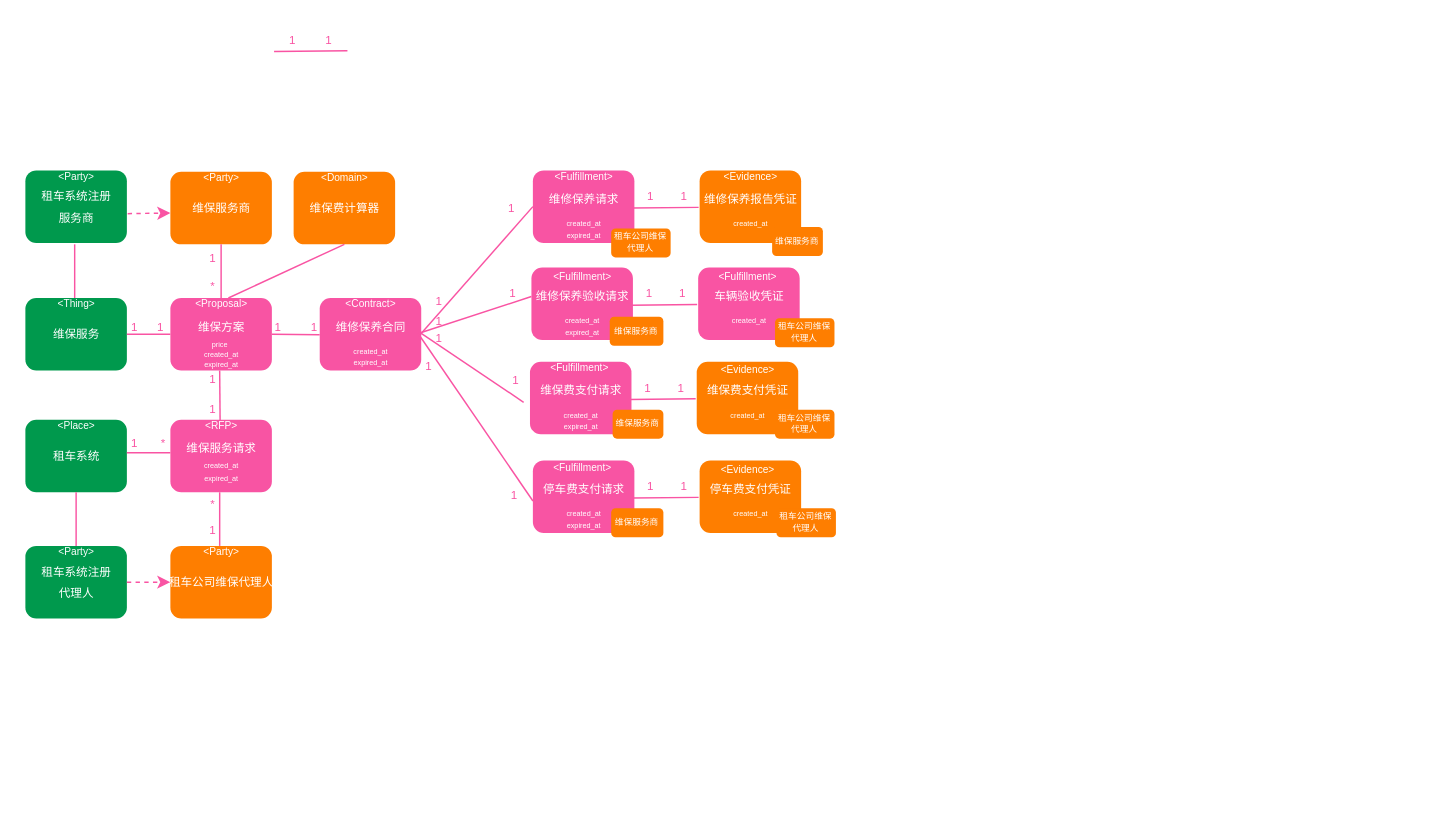
Earlier version of the draw.io diagram 飞驰租.drawio (ls5201314/8xflow-drawio-lib). Source tidied: cells renumbered, new cells numbered last; positions are measured from the earlier drawing's top-left corner, leaving out a move shared by most shapes. Both pictures are drawn from the tidied source at 145%, with x=0, y=0 at pixel (25, 25).
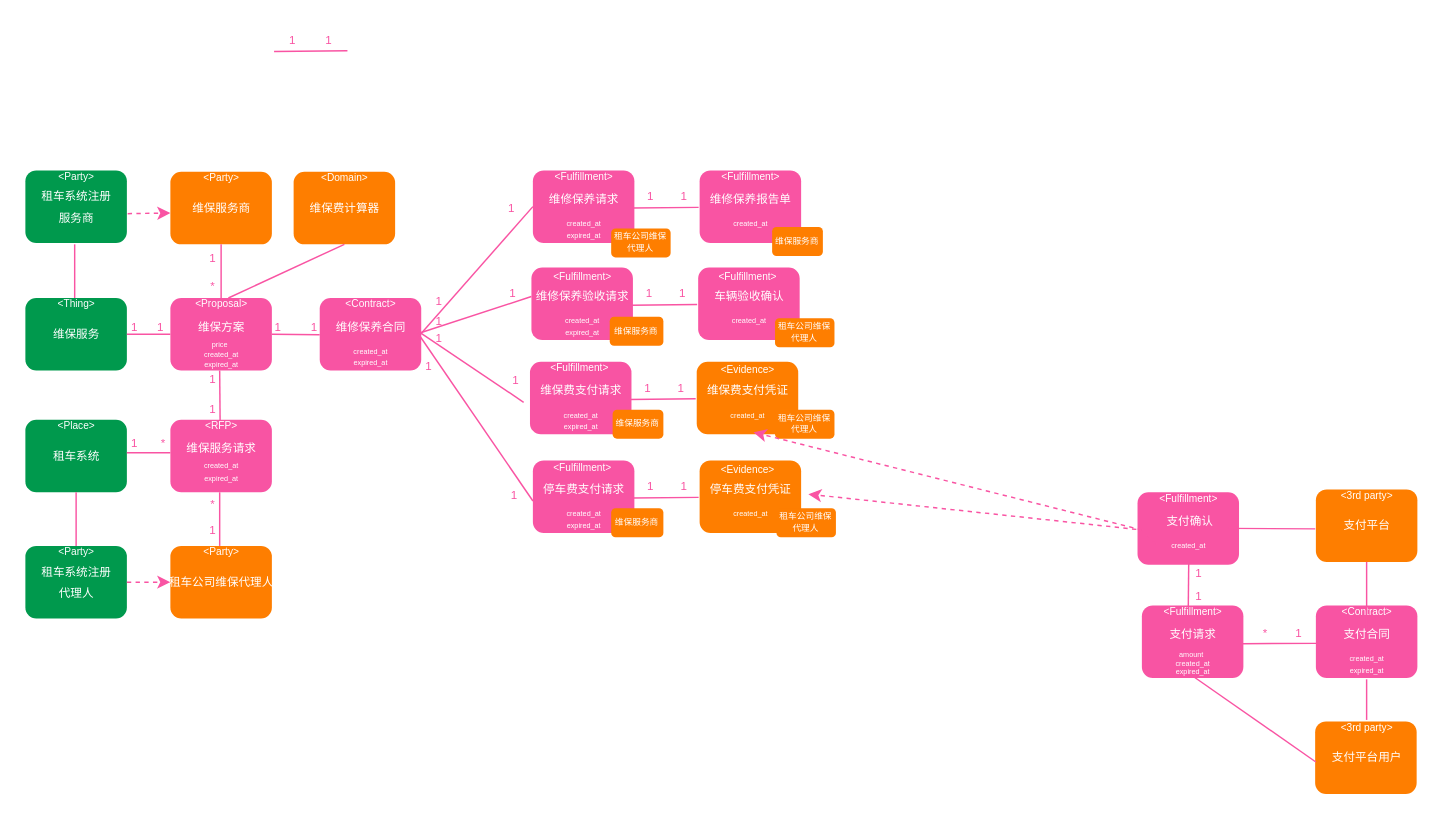
Above is the later version.

Commit message (it also covers changes not shown here):
更新飞驰租.drawio

The change refers to these unchanged cells:
```xml
<mxCell id="113" value="&lt;font style=&quot;font-size: 5px;&quot;&gt;created_at&lt;/font&gt;" style="text;html=1;align=center;verticalAlign=middle;points=[];strokeColor=none;fillColor=none;fontColor=#FFFFFF;fontSize=5;" parent="1" vertex="1">
  <mxGeometry x="473" y="258" width="50" height="20" as="geometry" />
</mxCell>
<mxCell id="123" value="&lt;font color=&quot;#ffffff&quot;&gt;&lt;span style=&quot;font-size: 8px;&quot;&gt;停车费支付凭证&lt;/span&gt;&lt;/font&gt;" style="text;html=1;align=center;verticalAlign=middle;points=[];strokeColor=none;fillColor=none;" parent="1" vertex="1">
  <mxGeometry x="460" y="304" width="80" height="30" as="geometry" />
</mxCell>
```

What changed in the source:
```diff
@@
     <mxCell id="78" style="group;fontSize=6;" parent="1" vertex="1">
-      <mxGeometry x="409" y="88" width="80" height="76" as="geometry" />
+      <mxGeometry x="409" y="88" width="136" height="76" as="geometry" />
     </mxCell>
-    <mxCell id="79" style="rounded=1;whiteSpace=wrap;html=1;fillColor=#fe7e00;fontColor=#ffffff;strokeColor=none;" parent="78" vertex="1">
+    <mxCell id="79" style="rounded=1;whiteSpace=wrap;html=1;fillColor=#F954A3;fontColor=#ffffff;strokeColor=none;" parent="78" vertex="1">
       <mxGeometry x="56" y="12" width="70" height="50" as="geometry" />
     </mxCell>
-    <mxCell id="80" value="&lt;font style=&quot;font-size: 7px;&quot;&gt;&amp;lt;Evidence&amp;gt;&lt;/font&gt;" style="text;html=1;align=center;verticalAlign=middle;strokeColor=none;fillColor=none;fontColor=#FFFFFF;" parent="78" vertex="1">
+    <mxCell id="80" value="&lt;font style=&quot;font-size: 7px;&quot;&gt;&amp;lt;Fulfillment&amp;gt;&lt;/font&gt;" style="text;html=1;align=center;verticalAlign=middle;strokeColor=none;fillColor=none;fontColor=#FFFFFF;" parent="78" vertex="1">
       <mxGeometry x="61" width="60" height="30" as="geometry" />
     </mxCell>
-    <mxCell id="81" value="&lt;font color=&quot;#ffffff&quot;&gt;&lt;span style=&quot;font-size: 8px;&quot;&gt;维修保养报告凭证&lt;/span&gt;&lt;/font&gt;" style="text;html=1;align=center;verticalAlign=middle;strokeColor=none;fillColor=none;" parent="78" vertex="1">
-      <mxGeometry x="46" y="16" width="90" height="30" as="geometry" />
+    <mxCell id="81" value="&lt;font color=&quot;#ffffff&quot;&gt;&lt;span style=&quot;font-size: 8px;&quot;&gt;维修保养报告单&lt;/span&gt;&lt;/font&gt;" style="text;html=1;align=center;verticalAlign=middle;strokeColor=none;fillColor=none;" parent="78" vertex="1">
+      <mxGeometry x="51" y="16" width="80" height="30" as="geometry" />
     </mxCell>
@@
-    <mxCell id="101" value="&lt;font color=&quot;#ffffff&quot;&gt;&lt;span style=&quot;font-size: 8px;&quot;&gt;车辆验收凭证&lt;/span&gt;&lt;/font&gt;" style="text;html=1;align=center;verticalAlign=middle;strokeColor=none;fillColor=none;" parent="1" vertex="1">
+    <mxCell id="101" value="&lt;font color=&quot;#ffffff&quot;&gt;&lt;span style=&quot;font-size: 8px;&quot;&gt;车辆验收确认&lt;/span&gt;&lt;/font&gt;" style="text;html=1;align=center;verticalAlign=middle;strokeColor=none;fillColor=none;" parent="1" vertex="1">
       <mxGeometry x="464" y="171" width="70" height="30" as="geometry" />
     </mxCell>
@@
     <mxCell id="141" style="group;fontSize=11;" parent="1" vertex="1">
-      <mxGeometry x="450" y="144" width="100" height="26" as="geometry" />
+      <mxGeometry x="450" y="144" width="100" height="28" as="geometry" />
     </mxCell>
@@
+    <mxCell id="159" style="group;" parent="141" vertex="1">
+      <mxGeometry x="320" y="244" width="70" height="62" as="geometry" />
+    </mxCell>
+    <mxCell id="160" style="rounded=1;whiteSpace=wrap;html=1;fillColor=#f854a3;fontColor=#ffffff;strokeColor=none;" parent="159" vertex="1">
+      <mxGeometry y="12" width="70" height="50" as="geometry" />
+    </mxCell>
+    <mxCell id="161" value="&lt;font style=&quot;font-size: 7px;&quot;&gt;&amp;lt;Fulfillment&amp;gt;&lt;/font&gt;" style="text;html=1;align=center;verticalAlign=middle;strokeColor=none;fillColor=none;fontColor=#FFFFFF;" parent="159" vertex="1">
+      <mxGeometry x="5" width="60" height="30" as="geometry" />
+    </mxCell>
+    <mxCell id="162" value="&lt;font color=&quot;#ffffff&quot;&gt;&lt;span style=&quot;font-size: 8px;&quot;&gt;支付请求&lt;/span&gt;&lt;/font&gt;" style="text;html=1;align=center;verticalAlign=middle;points=[];strokeColor=none;fillColor=none;" parent="159" vertex="1">
+      <mxGeometry x="5" y="16" width="60" height="30" as="geometry" />
+    </mxCell>
+    <mxCell id="163" value="&lt;font style=&quot;font-size: 5px;&quot;&gt;created_at&lt;/font&gt;" style="text;html=1;align=center;verticalAlign=middle;strokeColor=none;fillColor=none;fontColor=#FFFFFF;fontSize=5;" parent="159" vertex="1">
+      <mxGeometry x="10" y="41" width="50" height="20" as="geometry" />
+    </mxCell>
+    <mxCell id="164" value="&lt;font style=&quot;font-size: 5px;&quot;&gt;expired_at&lt;/font&gt;" style="text;html=1;align=center;verticalAlign=middle;strokeColor=none;fillColor=none;fontColor=#FFFFFF;fontSize=5;" parent="159" vertex="1">
+      <mxGeometry x="10" y="47" width="50" height="20" as="geometry" />
+    </mxCell>
+    <mxCell id="165" value="&lt;font style=&quot;font-size: 5px;&quot;&gt;amount&lt;/font&gt;" style="text;html=1;align=center;verticalAlign=middle;strokeColor=none;fillColor=none;fontColor=#FFFFFF;fontSize=5;" parent="159" vertex="1">
+      <mxGeometry x="14" y="35" width="40" height="20" as="geometry" />
+    </mxCell>
+    <mxCell id="166" value="&lt;font color=&quot;#f954a3&quot; style=&quot;font-size: 8px;&quot;&gt;1&lt;/font&gt;" style="text;html=1;align=center;verticalAlign=middle;strokeColor=none;fillColor=none;fontSize=8;" parent="159" vertex="1">
+      <mxGeometry x="24" y="-4" width="30" height="20" as="geometry" />
+    </mxCell>
@@
+    <mxCell id="167" style="group;" parent="1" vertex="1">
+      <mxGeometry x="890" y="388" width="70" height="62" as="geometry" />
+    </mxCell>
+    <mxCell id="168" style="rounded=1;whiteSpace=wrap;html=1;fillColor=#f854a3;fontColor=#ffffff;strokeColor=none;" parent="167" vertex="1">
+      <mxGeometry y="12" width="70" height="50" as="geometry" />
+    </mxCell>
+    <mxCell id="169" value="&lt;font style=&quot;font-size: 7px;&quot;&gt;&amp;lt;Contract&amp;gt;&lt;/font&gt;" style="text;html=1;align=center;verticalAlign=middle;points=[];strokeColor=none;fillColor=none;fontColor=#FFFFFF;" parent="167" vertex="1">
+      <mxGeometry x="5" width="60" height="30" as="geometry" />
+    </mxCell>
+    <mxCell id="170" value="&lt;font color=&quot;#ffffff&quot;&gt;&lt;span style=&quot;font-size: 8px;&quot;&gt;支付合同&lt;/span&gt;&lt;/font&gt;" style="text;html=1;align=center;verticalAlign=middle;strokeColor=none;fillColor=none;" parent="167" vertex="1">
+      <mxGeometry x="5" y="16" width="60" height="30" as="geometry" />
+    </mxCell>
+    <mxCell id="171" value="&lt;font style=&quot;font-size: 5px;&quot;&gt;created_at&lt;/font&gt;" style="text;html=1;align=center;verticalAlign=middle;strokeColor=none;fillColor=none;fontColor=#FFFFFF;fontSize=5;" parent="167" vertex="1">
+      <mxGeometry x="10" y="38" width="50" height="20" as="geometry" />
+    </mxCell>
+    <mxCell id="172" value="&lt;font style=&quot;font-size: 5px;&quot;&gt;expired_at&lt;/font&gt;" style="text;html=1;align=center;verticalAlign=middle;strokeColor=none;fillColor=none;fontColor=#FFFFFF;fontSize=5;" parent="167" vertex="1">
+      <mxGeometry x="10" y="46" width="50" height="20" as="geometry" />
+    </mxCell>
+    <mxCell id="173" style="group;fontSize=6;" parent="1" vertex="1">
+      <mxGeometry x="711" y="310" width="129" height="90" as="geometry" />
+    </mxCell>
+    <mxCell id="174" style="rounded=1;whiteSpace=wrap;html=1;fillColor=#F954A3;fontColor=#ffffff;strokeColor=none;" parent="173" vertex="1">
+      <mxGeometry x="56" y="12" width="70" height="50" as="geometry" />
+    </mxCell>
+    <mxCell id="175" value="&lt;font style=&quot;font-size: 7px;&quot;&gt;&amp;lt;Fulfillment&amp;gt;&lt;/font&gt;" style="text;html=1;align=center;verticalAlign=middle;strokeColor=none;fillColor=none;fontColor=#FFFFFF;" parent="173" vertex="1">
+      <mxGeometry x="61" width="60" height="30" as="geometry" />
+    </mxCell>
+    <mxCell id="176" value="&lt;font color=&quot;#ffffff&quot;&gt;&lt;span style=&quot;font-size: 8px;&quot;&gt;支付确认&lt;/span&gt;&lt;/font&gt;" style="text;html=1;align=center;verticalAlign=middle;strokeColor=none;fillColor=none;" parent="173" vertex="1">
+      <mxGeometry x="62" y="16" width="60" height="30" as="geometry" />
+    </mxCell>
+    <mxCell id="177" value="&lt;font style=&quot;font-size: 5px;&quot;&gt;created_at&lt;/font&gt;" style="text;html=1;align=center;verticalAlign=middle;strokeColor=none;fillColor=none;fontColor=#FFFFFF;fontSize=5;" parent="173" vertex="1">
+      <mxGeometry x="66" y="38" width="50" height="20" as="geometry" />
+    </mxCell>
+    <mxCell id="178" value="&lt;font color=&quot;#f954a3&quot; style=&quot;font-size: 8px;&quot;&gt;1&lt;/font&gt;" style="text;html=1;align=center;verticalAlign=middle;strokeColor=none;fillColor=none;fontSize=8;" parent="173" vertex="1">
+      <mxGeometry x="83" y="58" width="30" height="20" as="geometry" />
+    </mxCell>
+    <mxCell id="179" style="group;" parent="1" vertex="1">
+      <mxGeometry x="890" y="308" width="75" height="62" as="geometry" />
+    </mxCell>
+    <mxCell id="180" style="rounded=1;whiteSpace=wrap;html=1;fillColor=#fe7e00;fontColor=#ffffff;strokeColor=none;" parent="179" vertex="1">
+      <mxGeometry y="12" width="70" height="50" as="geometry" />
+    </mxCell>
+    <mxCell id="181" value="&lt;font style=&quot;font-size: 7px;&quot;&gt;&amp;lt;3rd party&amp;gt;&lt;/font&gt;" style="text;html=1;align=center;verticalAlign=middle;strokeColor=none;fillColor=none;fontColor=#FFFFFF;" parent="179" vertex="1">
+      <mxGeometry x="5" width="60" height="30" as="geometry" />
+    </mxCell>
+    <mxCell id="182" value="&lt;font color=&quot;#ffffff&quot;&gt;&lt;span style=&quot;font-size: 8px;&quot;&gt;支付平台&lt;/span&gt;&lt;/font&gt;" style="text;html=1;align=center;verticalAlign=middle;strokeColor=none;fillColor=none;" parent="179" vertex="1">
+      <mxGeometry x="5" y="21" width="60" height="30" as="geometry" />
+    </mxCell>
+    <mxCell id="183" style="group;" parent="1" vertex="1">
+      <mxGeometry x="889.5" y="468" width="75" height="62" as="geometry" />
+    </mxCell>
+    <mxCell id="184" style="rounded=1;whiteSpace=wrap;html=1;fillColor=#fe7e00;fontColor=#ffffff;strokeColor=none;" parent="183" vertex="1">
+      <mxGeometry y="12" width="70" height="50" as="geometry" />
+    </mxCell>
+    <mxCell id="185" value="&lt;font style=&quot;font-size: 7px;&quot;&gt;&amp;lt;3rd party&amp;gt;&lt;/font&gt;" style="text;html=1;align=center;verticalAlign=middle;strokeColor=none;fillColor=none;fontColor=#FFFFFF;" parent="183" vertex="1">
+      <mxGeometry x="5" width="60" height="30" as="geometry" />
+    </mxCell>
+    <mxCell id="186" value="&lt;font color=&quot;#ffffff&quot;&gt;&lt;span style=&quot;font-size: 8px;&quot;&gt;支付平台用户&lt;/span&gt;&lt;/font&gt;" style="text;html=1;align=center;verticalAlign=middle;strokeColor=none;fillColor=none;" parent="183" vertex="1">
+      <mxGeometry y="21" width="70" height="30" as="geometry" />
+    </mxCell>
+    <mxCell id="187" style="group;" parent="1" vertex="1">
+      <mxGeometry x="840" y="409" width="50" height="20" as="geometry" />
+    </mxCell>
+    <mxCell id="188" value="&lt;font color=&quot;#f954a3&quot;&gt;*&lt;/font&gt;" style="text;html=1;align=center;verticalAlign=middle;points=[];strokeColor=none;fillColor=none;fontSize=8;" parent="187" vertex="1">
+      <mxGeometry width="30" height="20" as="geometry" />
+    </mxCell>
+    <mxCell id="189" value="&lt;font color=&quot;#f954a3&quot; style=&quot;font-size: 8px;&quot;&gt;1&lt;/font&gt;" style="text;html=1;align=center;verticalAlign=middle;points=[];strokeColor=none;fillColor=none;fontSize=8;" parent="187" vertex="1">
+      <mxGeometry x="22.7" width="30" height="20" as="geometry" />
+    </mxCell>
+    <mxCell id="190" style="endArrow=none;html=1;rounded=0;exitX=0.92;exitY=0.861;exitDx=0;exitDy=0;strokeColor=#F954A3;exitPerimeter=0;entryX=-0.026;entryY=0.872;entryDx=0;entryDy=0;entryPerimeter=0;" parent="187" edge="1" source="189" target="188">
+      <mxGeometry relative="1" as="geometry" />
+    </mxCell>
+    <mxCell id="191" style="endArrow=none;html=1;rounded=0;exitX=0.011;exitY=0.158;exitDx=0;exitDy=0;strokeColor=#F954A3;exitPerimeter=0;entryX=0.45;entryY=-0.072;entryDx=0;entryDy=0;entryPerimeter=0;" parent="1" edge="1" target="162">
+      <mxGeometry relative="1" as="geometry">
+        <mxPoint x="802.3" y="371.2" as="sourcePoint" />
+      </mxGeometry>
+    </mxCell>
+    <mxCell id="192" style="endArrow=none;html=1;rounded=0;strokeColor=#F954A3;entryX=-0.017;entryY=0.902;entryDx=0;entryDy=0;entryPerimeter=0;exitX=-0.006;exitY=0.545;exitDx=0;exitDy=0;exitPerimeter=0;" parent="1" edge="1" source="180">
+      <mxGeometry relative="1" as="geometry">
+        <mxPoint x="830" y="346.9" as="targetPoint" />
+      </mxGeometry>
+    </mxCell>
+    <mxCell id="193" style="endArrow=none;html=1;rounded=0;strokeColor=#F954A3;exitX=0.5;exitY=1;exitDx=0;exitDy=0;" parent="1" edge="1" target="169">
+      <mxGeometry relative="1" as="geometry">
+        <mxPoint x="925" y="370" as="sourcePoint" />
+        <Array as="points">
+          <mxPoint x="925" y="408" />
+        </Array>
+      </mxGeometry>
+    </mxCell>
+    <mxCell id="194" style="endArrow=none;html=1;rounded=0;strokeColor=#F954A3;" parent="1" edge="1">
+      <mxGeometry relative="1" as="geometry">
+        <mxPoint x="804" y="448" as="sourcePoint" />
+        <mxPoint x="890" y="508" as="targetPoint" />
+        <Array as="points">
+          <mxPoint x="890" y="508" />
+        </Array>
+      </mxGeometry>
+    </mxCell>
+    <mxCell id="195" style="endArrow=none;html=1;rounded=0;strokeColor=#F954A3;exitX=0.5;exitY=1;exitDx=0;exitDy=0;" parent="1" edge="1">
+      <mxGeometry relative="1" as="geometry">
+        <mxPoint x="925" y="451" as="sourcePoint" />
+        <mxPoint x="925" y="479" as="targetPoint" />
+      </mxGeometry>
+    </mxCell>
+    <mxCell id="196" style="endArrow=classic;html=1;rounded=0;entryX=0.583;entryY=1.131;entryDx=0;entryDy=0;strokeColor=#F954A3;dashed=1;entryPerimeter=0;" parent="1" edge="1" target="113">
+      <mxGeometry relative="1" as="geometry">
+        <mxPoint x="770" y="348" as="sourcePoint" />
+        <Array as="points">
+          <mxPoint x="770" y="348" />
+        </Array>
+      </mxGeometry>
+    </mxCell>
+    <mxCell id="197" style="endArrow=classic;html=1;rounded=0;strokeColor=#F954A3;dashed=1;" parent="1" edge="1" target="123">
+      <mxGeometry relative="1" as="geometry">
+        <mxPoint x="780" y="358" as="sourcePoint" />
+        <Array as="points">
+          <mxPoint x="770" y="348" />
+        </Array>
+      </mxGeometry>
+    </mxCell>
```
